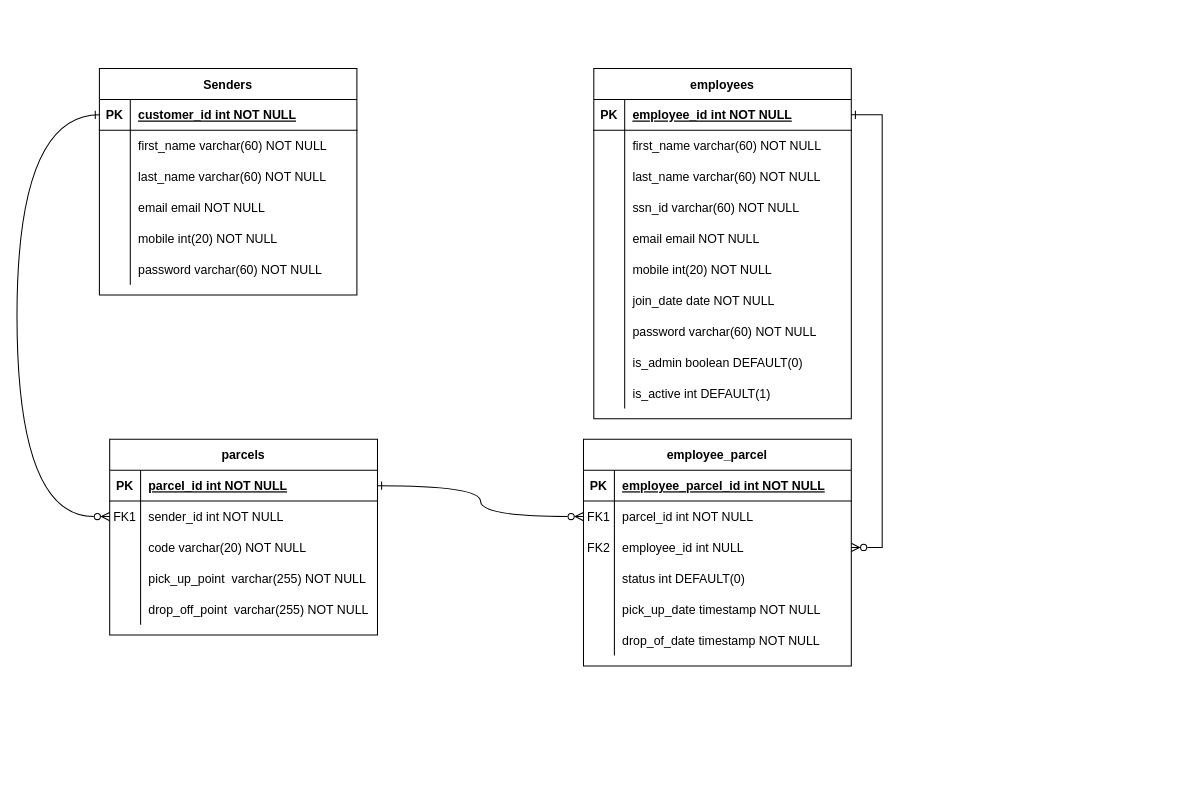
Before: Database-diagram.drawio in Shaher11/delivery-app, a draw.io diagram. Source tidied: cells renumbered, new cells numbered last; positions are measured from the earlier drawing's top-left corner, leaving out a move shared by most shapes. Both pictures are drawn from the tidied source at 103%, with x=0, y=0 at pixel (16, 68).
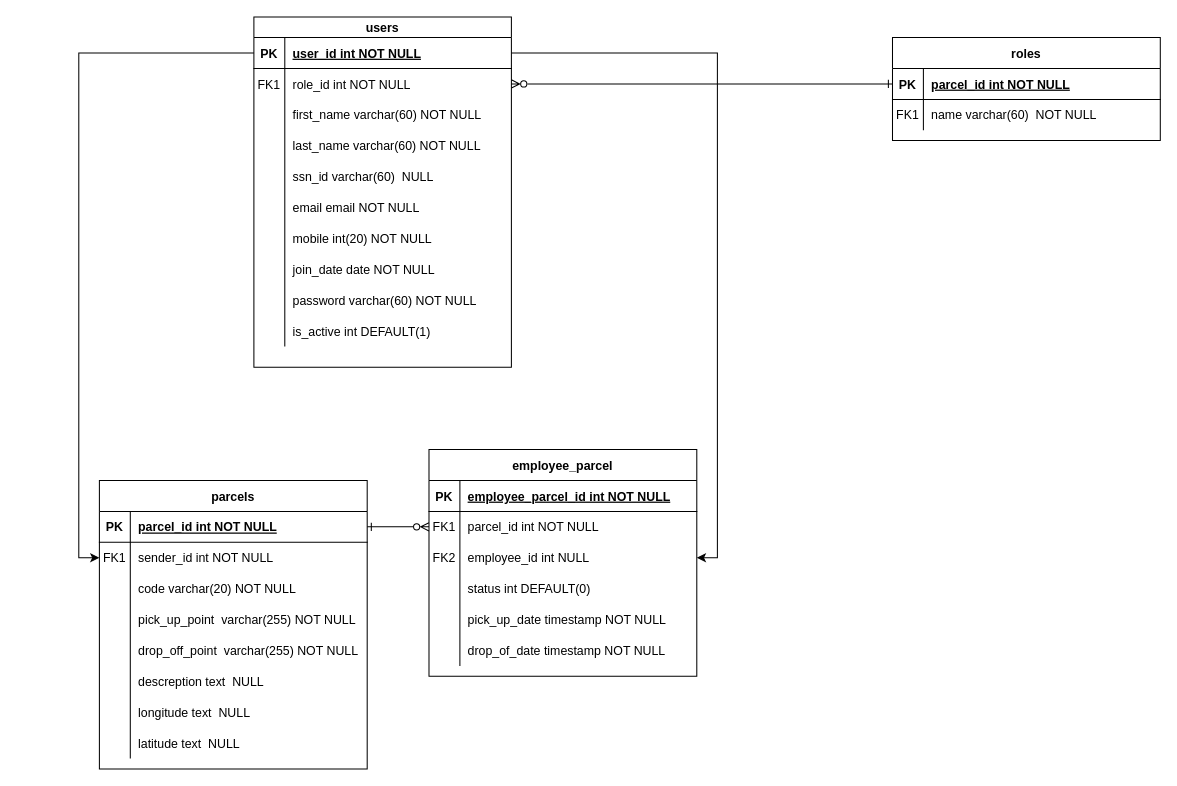
The same diagram, later.

The change refers to these unchanged cells:
```xml
<mxCell id="40" style="shape=partialRectangle;fillColor=none;points=[[0,0.5],[1,0.5]];portConstraint=eastwest;top=0;left=0;right=0;bottom=0;" parent="33" vertex="1">
  <mxGeometry y="90" width="260" height="30" as="geometry" />
</mxCell>
<mxCell id="75" style="shape=partialRectangle;fillColor=none;points=[[0,0.5],[1,0.5]];portConstraint=eastwest;top=0;left=0;right=0;bottom=0;" parent="71" vertex="1">
  <mxGeometry y="60" width="260" height="30" as="geometry" />
</mxCell>
```

Change to the diagram source:
```diff
@@
-    <mxCell id="2" value="employees" style="shape=table;startSize=30;childLayout=tableLayout;rowLines=0;fontStyle=1;align=center;" parent="1" vertex="1">
-      <mxGeometry x="560" width="250" height="340" as="geometry" />
+    <mxCell id="2" value="users" style="shape=table;startSize=20;childLayout=tableLayout;rowLines=0;fontStyle=1;align=center;" parent="1" vertex="1">
+      <mxGeometry x="230" y="-50" width="250" height="340" as="geometry" />
     </mxCell>
     <mxCell id="3" style="shape=partialRectangle;fillColor=none;points=[[0,0.5],[1,0.5]];portConstraint=eastwest;top=0;left=0;right=0;bottom=1;" parent="2" vertex="1">
-      <mxGeometry y="30" width="250" height="30" as="geometry" />
+      <mxGeometry y="20" width="250" height="30" as="geometry" />
     </mxCell>
@@
-    <mxCell id="5" value="employee_id int NOT NULL " style="shape=partialRectangle;overflow=hidden;fillColor=none;top=0;left=0;bottom=0;right=0;align=left;spacingLeft=6;fontStyle=5;" parent="3" vertex="1">
+    <mxCell id="5" value="user_id int NOT NULL " style="shape=partialRectangle;overflow=hidden;fillColor=none;top=0;left=0;bottom=0;right=0;align=left;spacingLeft=6;fontStyle=5;" parent="3" vertex="1">
       <mxGeometry x="30" width="220" height="30" as="geometry" />
     </mxCell>
+    <mxCell id="27" style="shape=partialRectangle;fillColor=none;points=[[0,0.5],[1,0.5]];portConstraint=eastwest;top=0;left=0;right=0;bottom=0;" parent="2" vertex="1">
+      <mxGeometry y="50" width="250" height="30" as="geometry" />
+    </mxCell>
+    <mxCell id="28" value="FK1" style="shape=partialRectangle;overflow=hidden;fillColor=none;top=0;left=0;bottom=0;right=0;" parent="27" vertex="1">
+      <mxGeometry width="30" height="30" as="geometry" />
+    </mxCell>
+    <mxCell id="29" value="role_id int NOT NULL" style="shape=partialRectangle;overflow=hidden;fillColor=none;top=0;left=0;bottom=0;right=0;align=left;spacingLeft=6;" parent="27" vertex="1">
+      <mxGeometry x="30" width="220" height="30" as="geometry" />
+    </mxCell>
     <mxCell id="6" style="shape=partialRectangle;fillColor=none;top=0;left=0;right=0;bottom=0;" parent="2" vertex="1">
-      <mxGeometry y="60" width="250" height="30" as="geometry" />
+      <mxGeometry y="80" width="250" height="30" as="geometry" />
     </mxCell>
@@
     <mxCell id="9" style="shape=partialRectangle;fillColor=none;top=0;left=0;right=0;bottom=0;" parent="2" vertex="1">
-      <mxGeometry y="90" width="250" height="30" as="geometry" />
+      <mxGeometry y="110" width="250" height="30" as="geometry" />
     </mxCell>
@@
     <mxCell id="12" style="shape=partialRectangle;fillColor=none;top=0;left=0;right=0;bottom=0;" parent="2" vertex="1">
-      <mxGeometry y="120" width="250" height="30" as="geometry" />
+      <mxGeometry y="140" width="250" height="30" as="geometry" />
     </mxCell>
@@
-    <mxCell id="14" value="ssn_id varchar(60) NOT NULL" style="shape=partialRectangle;overflow=hidden;fillColor=none;top=0;left=0;bottom=0;right=0;align=left;spacingLeft=6;" parent="12" vertex="1">
+    <mxCell id="14" value="ssn_id varchar(60)  NULL" style="shape=partialRectangle;overflow=hidden;fillColor=none;top=0;left=0;bottom=0;right=0;align=left;spacingLeft=6;" parent="12" vertex="1">
       <mxGeometry x="30" width="220" height="30" as="geometry" />
     </mxCell>
     <mxCell id="15" style="shape=partialRectangle;fillColor=none;top=0;left=0;right=0;bottom=0;" parent="2" vertex="1">
-      <mxGeometry y="150" width="250" height="30" as="geometry" />
+      <mxGeometry y="170" width="250" height="30" as="geometry" />
     </mxCell>
@@
     <mxCell id="18" style="shape=partialRectangle;fillColor=none;top=0;left=0;right=0;bottom=0;" parent="2" vertex="1">
-      <mxGeometry y="180" width="250" height="30" as="geometry" />
+      <mxGeometry y="200" width="250" height="30" as="geometry" />
     </mxCell>
@@
     <mxCell id="21" style="shape=partialRectangle;fillColor=none;top=0;left=0;right=0;bottom=0;" parent="2" vertex="1">
-      <mxGeometry y="210" width="250" height="30" as="geometry" />
+      <mxGeometry y="230" width="250" height="30" as="geometry" />
     </mxCell>
@@
     <mxCell id="24" style="shape=partialRectangle;fillColor=none;top=0;left=0;right=0;bottom=0;" parent="2" vertex="1">
-      <mxGeometry y="240" width="250" height="30" as="geometry" />
+      <mxGeometry y="260" width="250" height="30" as="geometry" />
     </mxCell>
@@
-    <mxCell id="27" style="shape=partialRectangle;fillColor=none;points=[[0,0.5],[1,0.5]];portConstraint=eastwest;top=0;left=0;right=0;bottom=0;" parent="2" vertex="1">
-      <mxGeometry y="270" width="250" height="30" as="geometry" />
-    </mxCell>
-    <mxCell id="28" style="shape=partialRectangle;overflow=hidden;fillColor=none;top=0;left=0;bottom=0;right=0;" parent="27" vertex="1">
-      <mxGeometry width="30" height="30" as="geometry" />
-    </mxCell>
-    <mxCell id="29" value="is_admin boolean DEFAULT(0)" style="shape=partialRectangle;overflow=hidden;fillColor=none;top=0;left=0;bottom=0;right=0;align=left;spacingLeft=6;" parent="27" vertex="1">
-      <mxGeometry x="30" width="220" height="30" as="geometry" />
-    </mxCell>
     <mxCell id="30" style="shape=partialRectangle;fillColor=none;top=0;left=0;right=0;bottom=0;" parent="2" vertex="1">
-      <mxGeometry y="300" width="250" height="30" as="geometry" />
+      <mxGeometry y="290" width="250" height="30" as="geometry" />
     </mxCell>
@@
     <mxCell id="33" value="employee_parcel" style="shape=table;startSize=30;childLayout=tableLayout;rowLines=0;fontStyle=1;align=center;" parent="1" vertex="1">
-      <mxGeometry x="550" y="360" width="260" height="220" as="geometry" />
+      <mxGeometry x="400" y="370" width="260" height="220" as="geometry" />
     </mxCell>
@@
-    <mxCell id="52" value="Senders" style="shape=table;startSize=30;childLayout=tableLayout;rowLines=0;fontStyle=1;align=center;" parent="1" vertex="1">
-      <mxGeometry x="80" width="250" height="220" as="geometry" />
-    </mxCell>
-    <mxCell id="53" style="shape=partialRectangle;fillColor=none;points=[[0,0.5],[1,0.5]];portConstraint=eastwest;top=0;left=0;right=0;bottom=1;" parent="52" vertex="1">
-      <mxGeometry y="30" width="250" height="30" as="geometry" />
-    </mxCell>
-    <mxCell id="54" value="PK" style="shape=partialRectangle;overflow=hidden;fillColor=none;top=0;left=0;bottom=0;right=0;fontStyle=1;" parent="53" vertex="1">
-      <mxGeometry width="30" height="30" as="geometry" />
-    </mxCell>
-    <mxCell id="55" value="customer_id int NOT NULL " style="shape=partialRectangle;overflow=hidden;fillColor=none;top=0;left=0;bottom=0;right=0;align=left;spacingLeft=6;fontStyle=5;" parent="53" vertex="1">
-      <mxGeometry x="30" width="220" height="30" as="geometry" />
-    </mxCell>
-    <mxCell id="56" style="shape=partialRectangle;fillColor=none;top=0;left=0;right=0;bottom=0;" parent="52" vertex="1">
-      <mxGeometry y="60" width="250" height="30" as="geometry" />
-    </mxCell>
-    <mxCell id="57" style="shape=partialRectangle;overflow=hidden;fillColor=none;top=0;left=0;bottom=0;right=0;" parent="56" vertex="1">
-      <mxGeometry width="30" height="30" as="geometry" />
-    </mxCell>
-    <mxCell id="58" value="first_name varchar(60) NOT NULL" style="shape=partialRectangle;overflow=hidden;fillColor=none;top=0;left=0;bottom=0;right=0;align=left;spacingLeft=6;" parent="56" vertex="1">
-      <mxGeometry x="30" width="220" height="30" as="geometry" />
-    </mxCell>
-    <mxCell id="59" style="shape=partialRectangle;fillColor=none;top=0;left=0;right=0;bottom=0;" parent="52" vertex="1">
-      <mxGeometry y="90" width="250" height="30" as="geometry" />
-    </mxCell>
-    <mxCell id="60" style="shape=partialRectangle;overflow=hidden;fillColor=none;top=0;left=0;bottom=0;right=0;" parent="59" vertex="1">
-      <mxGeometry width="30" height="30" as="geometry" />
-    </mxCell>
-    <mxCell id="61" value="last_name varchar(60) NOT NULL" style="shape=partialRectangle;overflow=hidden;fillColor=none;top=0;left=0;bottom=0;right=0;align=left;spacingLeft=6;" parent="59" vertex="1">
-      <mxGeometry x="30" width="220" height="30" as="geometry" />
-    </mxCell>
-    <mxCell id="62" style="shape=partialRectangle;fillColor=none;top=0;left=0;right=0;bottom=0;" parent="52" vertex="1">
-      <mxGeometry y="120" width="250" height="30" as="geometry" />
-    </mxCell>
-    <mxCell id="63" style="shape=partialRectangle;overflow=hidden;fillColor=none;top=0;left=0;bottom=0;right=0;" parent="62" vertex="1">
-      <mxGeometry width="30" height="30" as="geometry" />
-    </mxCell>
-    <mxCell id="64" value="email email NOT NULL" style="shape=partialRectangle;overflow=hidden;fillColor=none;top=0;left=0;bottom=0;right=0;align=left;spacingLeft=6;" parent="62" vertex="1">
-      <mxGeometry x="30" width="220" height="30" as="geometry" />
-    </mxCell>
-    <mxCell id="65" style="shape=partialRectangle;fillColor=none;top=0;left=0;right=0;bottom=0;" parent="52" vertex="1">
-      <mxGeometry y="150" width="250" height="30" as="geometry" />
-    </mxCell>
-    <mxCell id="66" style="shape=partialRectangle;overflow=hidden;fillColor=none;top=0;left=0;bottom=0;right=0;" parent="65" vertex="1">
-      <mxGeometry width="30" height="30" as="geometry" />
-    </mxCell>
-    <mxCell id="67" value="mobile int(20) NOT NULL" style="shape=partialRectangle;overflow=hidden;fillColor=none;top=0;left=0;bottom=0;right=0;align=left;spacingLeft=6;" parent="65" vertex="1">
-      <mxGeometry x="30" width="220" height="30" as="geometry" />
-    </mxCell>
-    <mxCell id="68" style="shape=partialRectangle;fillColor=none;top=0;left=0;right=0;bottom=0;" parent="52" vertex="1">
-      <mxGeometry y="180" width="250" height="30" as="geometry" />
-    </mxCell>
-    <mxCell id="69" style="shape=partialRectangle;overflow=hidden;fillColor=none;top=0;left=0;bottom=0;right=0;" parent="68" vertex="1">
-      <mxGeometry width="30" height="30" as="geometry" />
-    </mxCell>
-    <mxCell id="70" value="password varchar(60) NOT NULL" style="shape=partialRectangle;overflow=hidden;fillColor=none;top=0;left=0;bottom=0;right=0;align=left;spacingLeft=6;" parent="68" vertex="1">
-      <mxGeometry x="30" width="220" height="30" as="geometry" />
-    </mxCell>
     <mxCell id="71" value="parcels" style="shape=table;startSize=30;childLayout=tableLayout;rowLines=0;fontStyle=1;align=center;" parent="1" vertex="1">
-      <mxGeometry x="90" y="360" width="260" height="190" as="geometry" />
+      <mxGeometry x="80" y="400" width="260" height="280" as="geometry" />
     </mxCell>
@@
+    <mxCell id="90" style="shape=partialRectangle;fillColor=none;top=0;left=0;right=0;bottom=0;" parent="71" vertex="1">
+      <mxGeometry y="180" width="260" height="30" as="geometry" />
+    </mxCell>
+    <mxCell id="91" style="shape=partialRectangle;overflow=hidden;fillColor=none;top=0;left=0;bottom=0;right=0;" parent="90" vertex="1">
+      <mxGeometry width="30" height="30" as="geometry" />
+    </mxCell>
+    <mxCell id="92" value="descreption text  NULL" style="shape=partialRectangle;overflow=hidden;fillColor=none;top=0;left=0;bottom=0;right=0;align=left;spacingLeft=6;" parent="90" vertex="1">
+      <mxGeometry x="30" width="230" height="30" as="geometry" />
+    </mxCell>
+    <mxCell id="93" style="shape=partialRectangle;fillColor=none;top=0;left=0;right=0;bottom=0;" parent="71" vertex="1">
+      <mxGeometry y="210" width="260" height="30" as="geometry" />
+    </mxCell>
+    <mxCell id="94" style="shape=partialRectangle;overflow=hidden;fillColor=none;top=0;left=0;bottom=0;right=0;" parent="93" vertex="1">
+      <mxGeometry width="30" height="30" as="geometry" />
+    </mxCell>
+    <mxCell id="95" value="longitude text  NULL" style="shape=partialRectangle;overflow=hidden;fillColor=none;top=0;left=0;bottom=0;right=0;align=left;spacingLeft=6;" parent="93" vertex="1">
+      <mxGeometry x="30" width="230" height="30" as="geometry" />
+    </mxCell>
+    <mxCell id="96" style="shape=partialRectangle;fillColor=none;top=0;left=0;right=0;bottom=0;" parent="71" vertex="1">
+      <mxGeometry y="240" width="260" height="30" as="geometry" />
+    </mxCell>
+    <mxCell id="97" style="shape=partialRectangle;overflow=hidden;fillColor=none;top=0;left=0;bottom=0;right=0;" parent="96" vertex="1">
+      <mxGeometry width="30" height="30" as="geometry" />
+    </mxCell>
+    <mxCell id="98" value="latitude text  NULL" style="shape=partialRectangle;overflow=hidden;fillColor=none;top=0;left=0;bottom=0;right=0;align=left;spacingLeft=6;" parent="96" vertex="1">
+      <mxGeometry x="30" width="230" height="30" as="geometry" />
+    </mxCell>
@@
+    <mxCell id="99" style="edgeStyle=orthogonalEdgeStyle;rounded=0;jettySize=auto;html=1;entryX=0;entryY=0.5;entryDx=0;entryDy=0;" parent="1" edge="1" source="3" target="75">
+      <mxGeometry relative="1" as="geometry" />
+    </mxCell>
+    <mxCell id="100" value="roles" style="shape=table;startSize=30;childLayout=tableLayout;rowLines=0;fontStyle=1;align=center;" parent="1" vertex="1">
+      <mxGeometry x="850" y="-30" width="260" height="100" as="geometry" />
+    </mxCell>
+    <mxCell id="101" style="shape=partialRectangle;fillColor=none;points=[[0,0.5],[1,0.5]];portConstraint=eastwest;top=0;left=0;right=0;bottom=1;" parent="100" vertex="1">
+      <mxGeometry y="30" width="260" height="30" as="geometry" />
+    </mxCell>
+    <mxCell id="54" value="PK" style="shape=partialRectangle;overflow=hidden;fillColor=none;top=0;left=0;bottom=0;right=0;fontStyle=1;" parent="101" vertex="1">
+      <mxGeometry width="30" height="30" as="geometry" />
+    </mxCell>
+    <mxCell id="102" value="parcel_id int NOT NULL " style="shape=partialRectangle;overflow=hidden;fillColor=none;top=0;left=0;bottom=0;right=0;align=left;spacingLeft=6;fontStyle=5;" parent="101" vertex="1">
+      <mxGeometry x="30" width="230" height="30" as="geometry" />
+    </mxCell>
+    <mxCell id="103" style="shape=partialRectangle;fillColor=none;top=0;left=0;right=0;bottom=0;" parent="100" vertex="1">
+      <mxGeometry y="60" width="260" height="30" as="geometry" />
+    </mxCell>
+    <mxCell id="104" value="FK1" style="shape=partialRectangle;overflow=hidden;fillColor=none;top=0;left=0;bottom=0;right=0;" parent="103" vertex="1">
+      <mxGeometry width="30" height="30" as="geometry" />
+    </mxCell>
+    <mxCell id="105" value="name varchar(60)  NOT NULL" style="shape=partialRectangle;overflow=hidden;fillColor=none;top=0;left=0;bottom=0;right=0;align=left;spacingLeft=6;" parent="103" vertex="1">
+      <mxGeometry x="30" width="230" height="30" as="geometry" />
+    </mxCell>
-    <mxCell id="88" style="edgeStyle=entityRelationEdgeStyle;rounded=0;jettySize=auto;html=1;startArrow=ERone;startFill=0;endArrow=ERzeroToMany;endFill=0;elbow=vertical;" parent="1" edge="1" source="3" target="40">
+    <mxCell id="88" style="edgeStyle=orthogonalEdgeStyle;rounded=0;jettySize=auto;html=1;exitX=1;exitY=0.5;exitDx=0;exitDy=0;entryX=1;entryY=0.5;entryDx=0;entryDy=0;" parent="1" edge="1" source="3" target="40">
       <mxGeometry relative="1" as="geometry" />
     </mxCell>
-    <mxCell id="89" style="edgeStyle=orthogonalEdgeStyle;rounded=0;jettySize=auto;html=1;entryX=0;entryY=0.5;entryDx=0;entryDy=0;startArrow=ERone;startFill=0;endArrow=ERzeroToMany;endFill=0;elbow=vertical;curved=1;exitX=0;exitY=0.5;exitDx=0;exitDy=0;" parent="1" edge="1" source="53" target="75">
-      <mxGeometry relative="1" as="geometry">
-        <Array as="points">
-          <mxPoint y="45" />
-          <mxPoint y="435" />
-        </Array>
-      </mxGeometry>
-    </mxCell>
+    <mxCell id="106" style="edgeStyle=orthogonalEdgeStyle;rounded=0;jettySize=auto;html=1;exitX=0;exitY=0.5;exitDx=0;exitDy=0;entryX=1;entryY=0.5;entryDx=0;entryDy=0;endArrow=ERzeroToMany;endFill=0;startArrow=ERone;startFill=0;" parent="1" edge="1" source="101" target="27">
+      <mxGeometry relative="1" as="geometry" />
+    </mxCell>
```
